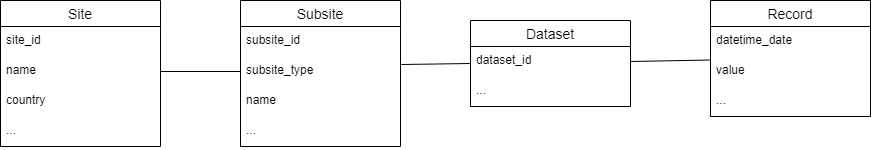
Above: permafrost/Data_Model.png in arctic-risk/arctic-data (draw.io), before the change. Source tidied: cells renumbered, new cells last; positions are measured from the earlier drawing's top-left corner, leaving out a move shared by most shapes. Its diagram source:
```xml
<mxGraphModel background="#ffffff">
  <root>
    <mxCell id="0" />
    <mxCell id="1" parent="0" />
    <mxCell id="2" value="Site" style="swimlane;fontStyle=0;horizontal=1;startSize=26;align=center;fontSize=14;" parent="1" vertex="1">
      <mxGeometry width="160" height="146" as="geometry" />
    </mxCell>
    <mxCell id="3" value="site_id" style="text;strokeColor=none;fillColor=none;spacingLeft=4;spacingRight=4;overflow=hidden;fontSize=12;" parent="2" vertex="1">
      <mxGeometry y="26" width="160" height="30" as="geometry" />
    </mxCell>
    <mxCell id="4" value="name" style="text;strokeColor=none;fillColor=none;spacingLeft=4;spacingRight=4;overflow=hidden;points=[[0,0.5],[1,0.5]];portConstraint=eastwest;fontSize=12;" parent="2" vertex="1">
      <mxGeometry y="56" width="160" height="30" as="geometry" />
    </mxCell>
    <mxCell id="5" value="country" style="text;strokeColor=none;fillColor=none;spacingLeft=4;spacingRight=4;overflow=hidden;fontSize=12;" parent="2" vertex="1">
      <mxGeometry y="86" width="160" height="30" as="geometry" />
    </mxCell>
    <mxCell id="6" value="..." style="text;strokeColor=none;fillColor=none;spacingLeft=4;spacingRight=4;overflow=hidden;fontSize=12;" parent="2" vertex="1">
      <mxGeometry y="116" width="160" height="30" as="geometry" />
    </mxCell>
    <mxCell id="7" value="Subsite" style="swimlane;fontStyle=0;horizontal=1;startSize=26;align=center;fontSize=14;" parent="1" vertex="1">
      <mxGeometry x="240" width="160" height="146" as="geometry" />
    </mxCell>
    <mxCell id="8" value="subsite_id" style="text;strokeColor=none;fillColor=none;spacingLeft=4;spacingRight=4;overflow=hidden;fontSize=12;" parent="7" vertex="1">
      <mxGeometry y="26" width="160" height="30" as="geometry" />
    </mxCell>
    <mxCell id="9" value="subsite_type" style="text;strokeColor=none;fillColor=none;spacingLeft=4;spacingRight=4;overflow=hidden;points=[[0,0.5],[1,0.5]];portConstraint=eastwest;fontSize=12;" parent="7" vertex="1">
      <mxGeometry y="56" width="160" height="30" as="geometry" />
    </mxCell>
    <mxCell id="10" value="name" style="text;strokeColor=none;fillColor=none;spacingLeft=4;spacingRight=4;overflow=hidden;fontSize=12;" parent="7" vertex="1">
      <mxGeometry y="86" width="160" height="30" as="geometry" />
    </mxCell>
    <mxCell id="11" value="..." style="text;strokeColor=none;fillColor=none;spacingLeft=4;spacingRight=4;overflow=hidden;fontSize=12;" parent="7" vertex="1">
      <mxGeometry y="116" width="160" height="30" as="geometry" />
    </mxCell>
    <mxCell id="12" value="Record" style="swimlane;fontStyle=0;horizontal=1;startSize=26;align=center;fontSize=14;" parent="1" vertex="1">
      <mxGeometry x="710" width="160" height="116" as="geometry" />
    </mxCell>
    <mxCell id="13" value="datetime_date" style="text;strokeColor=none;fillColor=none;spacingLeft=4;spacingRight=4;overflow=hidden;fontSize=12;" parent="12" vertex="1">
      <mxGeometry y="26" width="160" height="30" as="geometry" />
    </mxCell>
    <mxCell id="14" value="value" style="text;strokeColor=none;fillColor=none;spacingLeft=4;spacingRight=4;overflow=hidden;points=[[0,0.5],[1,0.5]];portConstraint=eastwest;fontSize=12;" parent="12" vertex="1">
      <mxGeometry y="56" width="160" height="30" as="geometry" />
    </mxCell>
    <mxCell id="15" value="..." style="text;strokeColor=none;fillColor=none;spacingLeft=4;spacingRight=4;overflow=hidden;fontSize=12;" parent="12" vertex="1">
      <mxGeometry y="86" width="160" height="30" as="geometry" />
    </mxCell>
    <mxCell id="16" value="Dataset" style="swimlane;fontStyle=0;horizontal=1;startSize=26;align=center;fontSize=14;" parent="1" vertex="1">
      <mxGeometry x="470" y="20" width="160" height="86" as="geometry" />
    </mxCell>
    <mxCell id="17" value="dataset_id" style="text;strokeColor=none;fillColor=none;spacingLeft=4;spacingRight=4;overflow=hidden;points=[[0,0.5],[1,0.5]];portConstraint=eastwest;fontSize=12;" parent="16" vertex="1">
      <mxGeometry y="26" width="160" height="30" as="geometry" />
    </mxCell>
    <mxCell id="18" value="..." style="text;strokeColor=none;fillColor=none;spacingLeft=4;spacingRight=4;overflow=hidden;fontSize=12;" parent="16" vertex="1">
      <mxGeometry y="56" width="160" height="30" as="geometry" />
    </mxCell>
    <mxCell id="19" style="endArrow=none;html=1;entryX=0;entryY=0.5;entryDx=0;entryDy=0;exitX=1;exitY=0.5;exitDx=0;exitDy=0;" parent="1" edge="1" source="4" target="9">
      <mxGeometry relative="1" as="geometry" />
    </mxCell>
    <mxCell id="20" style="endArrow=none;html=1;entryX=1.006;entryY=0.267;entryDx=0;entryDy=0;entryPerimeter=0;exitX=0;exitY=0.5;exitDx=0;exitDy=0;" parent="1" edge="1" source="16" target="9">
      <mxGeometry relative="1" as="geometry" />
    </mxCell>
    <mxCell id="21" style="endArrow=none;html=1;exitX=1;exitY=0.5;exitDx=0;exitDy=0;entryX=0;entryY=0.117;entryDx=0;entryDy=0;entryPerimeter=0;" parent="1" edge="1" source="17" target="14">
      <mxGeometry relative="1" as="geometry" />
    </mxCell>
  </root>
</mxGraphModel>
```
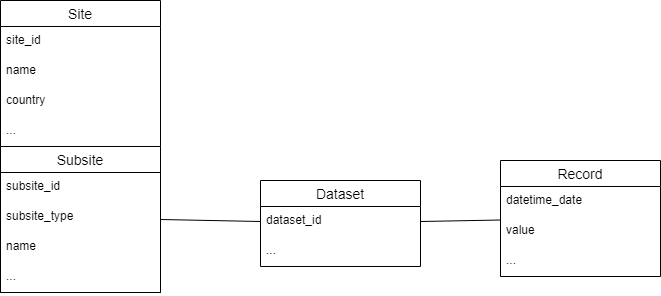
The same file after the commit.

Commit message:
update to ERD as we really have a joint site/subsite model

Diff of the diagram source:
```diff
@@ -3,7 +3,7 @@
     <mxCell id="0" />
     <mxCell id="1" parent="0" />
     <mxCell id="2" value="Site" style="swimlane;fontStyle=0;horizontal=1;startSize=26;align=center;fontSize=14;" parent="1" vertex="1">
-      <mxGeometry width="160" height="146" as="geometry" />
+      <mxGeometry x="210" y="-160" width="160" height="292" as="geometry" />
     </mxCell>
     <mxCell id="3" value="site_id" style="text;strokeColor=none;fillColor=none;spacingLeft=4;spacingRight=4;overflow=hidden;fontSize=12;" parent="2" vertex="1">
       <mxGeometry y="26" width="160" height="30" as="geometry" />
@@ -17,8 +17,8 @@
     <mxCell id="6" value="..." style="text;strokeColor=none;fillColor=none;spacingLeft=4;spacingRight=4;overflow=hidden;fontSize=12;" parent="2" vertex="1">
       <mxGeometry y="116" width="160" height="30" as="geometry" />
     </mxCell>
-    <mxCell id="7" value="Subsite" style="swimlane;fontStyle=0;horizontal=1;startSize=26;align=center;fontSize=14;" parent="1" vertex="1">
-      <mxGeometry x="240" width="160" height="146" as="geometry" />
+    <mxCell id="7" value="Subsite" style="swimlane;fontStyle=0;horizontal=1;startSize=26;align=center;fontSize=14;" parent="2" vertex="1">
+      <mxGeometry y="146" width="160" height="146" as="geometry" />
     </mxCell>
     <mxCell id="8" value="subsite_id" style="text;strokeColor=none;fillColor=none;spacingLeft=4;spacingRight=4;overflow=hidden;fontSize=12;" parent="7" vertex="1">
       <mxGeometry y="26" width="160" height="30" as="geometry" />
@@ -53,14 +53,11 @@
     <mxCell id="18" value="..." style="text;strokeColor=none;fillColor=none;spacingLeft=4;spacingRight=4;overflow=hidden;fontSize=12;" parent="16" vertex="1">
       <mxGeometry y="56" width="160" height="30" as="geometry" />
     </mxCell>
-    <mxCell id="19" style="endArrow=none;html=1;entryX=0;entryY=0.5;entryDx=0;entryDy=0;exitX=1;exitY=0.5;exitDx=0;exitDy=0;" parent="1" edge="1" source="4" target="9">
-      <mxGeometry relative="1" as="geometry" />
-    </mxCell>
-    <mxCell id="20" style="endArrow=none;html=1;entryX=1.006;entryY=0.267;entryDx=0;entryDy=0;entryPerimeter=0;exitX=0;exitY=0.5;exitDx=0;exitDy=0;" parent="1" edge="1" source="16" target="9">
-      <mxGeometry relative="1" as="geometry" />
-    </mxCell>
     <mxCell id="21" style="endArrow=none;html=1;exitX=1;exitY=0.5;exitDx=0;exitDy=0;entryX=0;entryY=0.117;entryDx=0;entryDy=0;entryPerimeter=0;" parent="1" edge="1" source="17" target="14">
       <mxGeometry relative="1" as="geometry" />
     </mxCell>
+    <mxCell id="22" style="endArrow=none;html=1;entryX=0;entryY=0.5;entryDx=0;entryDy=0;exitX=1;exitY=0.5;exitDx=0;exitDy=0;" parent="1" edge="1" source="7" target="17">
+      <mxGeometry relative="1" as="geometry" />
+    </mxCell>
   </root>
 </mxGraphModel>
```
